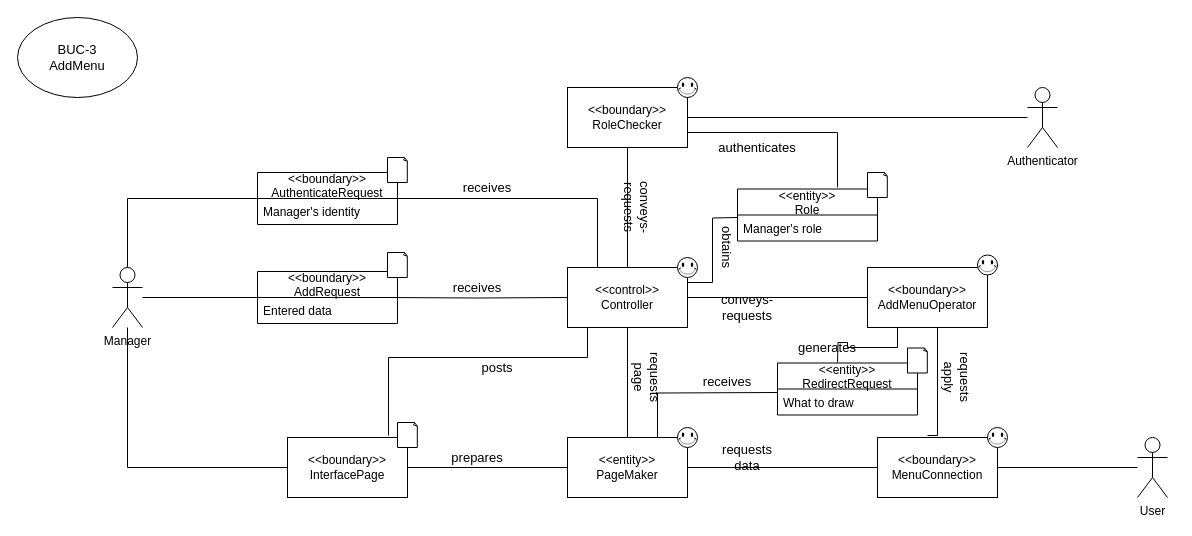
Above: docs/SubgroupB_management/domainmodel/d3 addmenu.drawio in cau-sw-engineering-2021/online-pizza-ordering-system (draw.io), before the change. Source tidied: cells renumbered, new cells numbered last; positions are measured from the earlier drawing's top-left corner, leaving out a move shared by most shapes. Both pictures are drawn from the tidied source at 100%, with x=0, y=0 at pixel (17, 17).
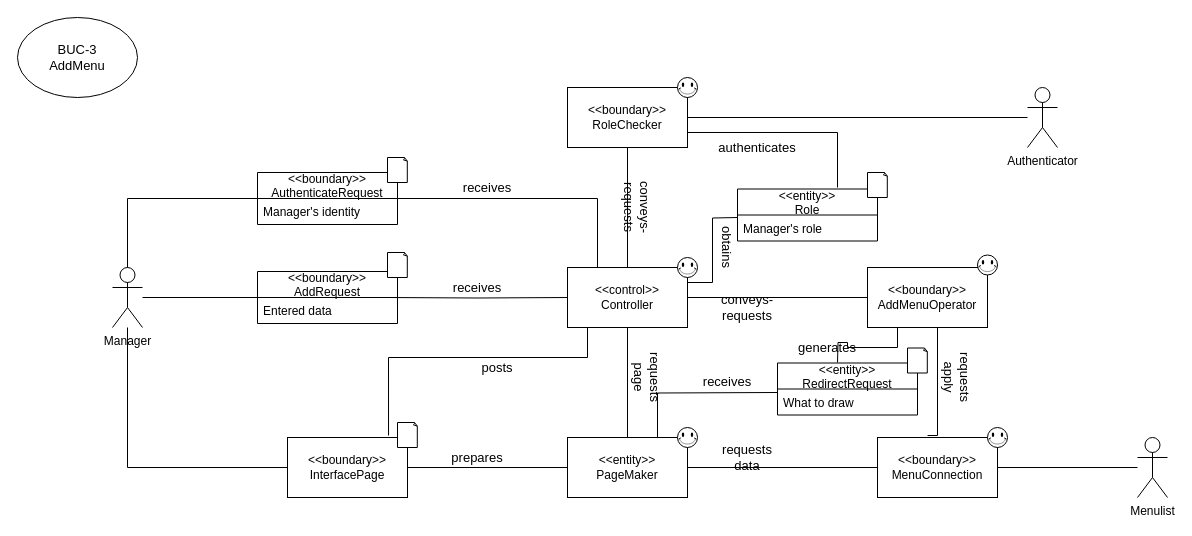
The same page after the edit.

What changed in the source:
```diff
@@
-    <mxCell id="25" value="User" style="shape=umlActor;verticalLabelPosition=bottom;verticalAlign=top;html=1;outlineConnect=0;" parent="1" vertex="1">
+    <mxCell id="25" value="Menulist" style="shape=umlActor;verticalLabelPosition=bottom;verticalAlign=top;html=1;outlineConnect=0;" parent="1" vertex="1">
       <mxGeometry x="1120" y="420" width="30" height="60" as="geometry" />
     </mxCell>
```
